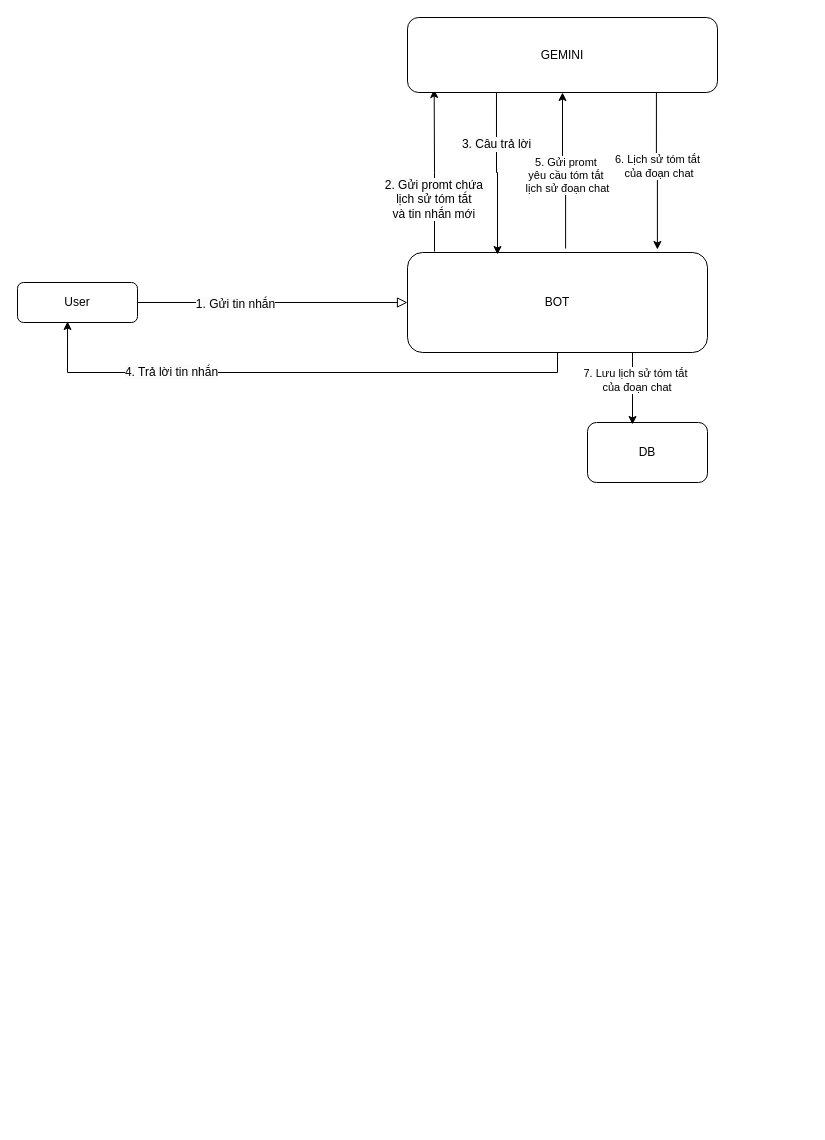
The draw.io diagram page "Page-1" (1 of 2) of Biểu đồ không có tiêu đề.drawio in Graphene101102/nextjs-trello-clone, before the edit. Source tidied: cells renumbered, new cells numbered last; positions are measured from the earlier drawing's top-left corner, leaving out a move shared by most shapes. Both pictures are drawn from the tidied source at 100%, with x=0, y=0 at pixel (17, 17).
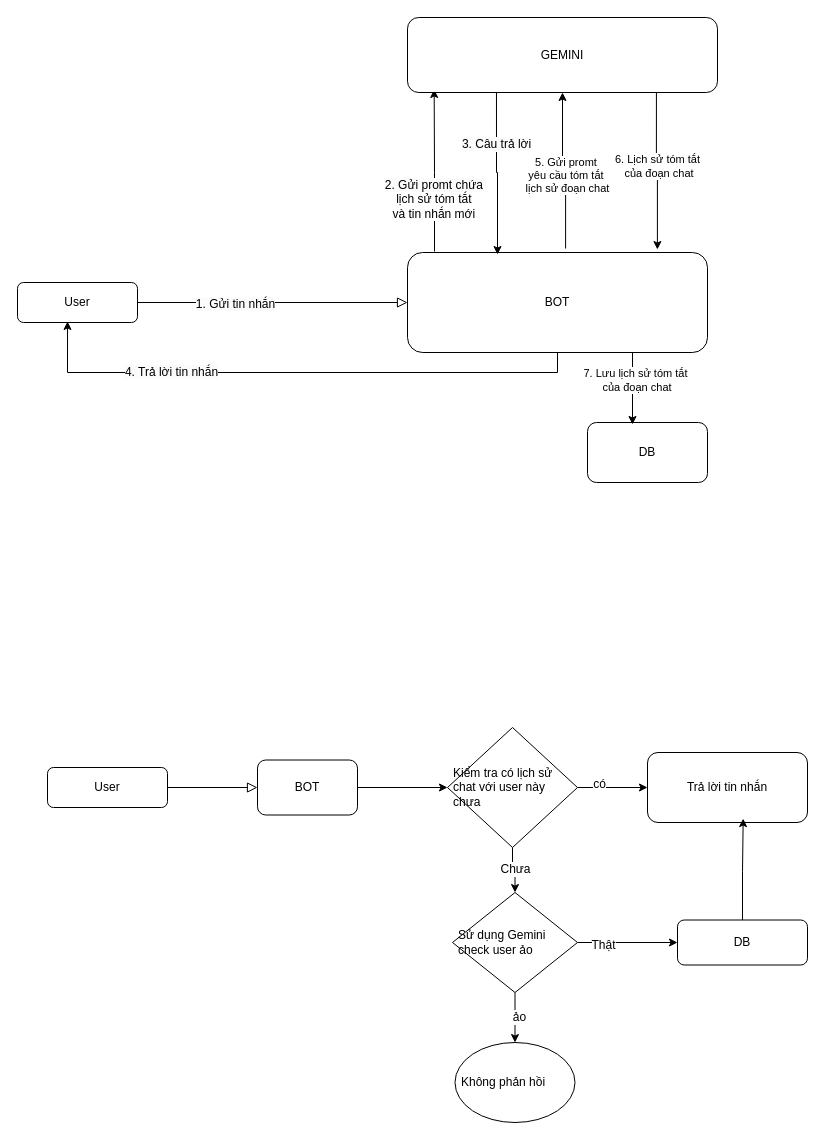
After the change.

Commit message (it also covers changes not shown here):
Cập nhật Biểu đồ không có tiêu đề.drawio

Diff of the diagram source:
```diff
@@
+    <mxCell id="21" style="rounded=0;html=1;jettySize=auto;fontSize=11;endArrow=block;endFill=0;endSize=8;strokeWidth=1;shadow=0;labelBackgroundColor=none;edgeStyle=orthogonalEdgeStyle;" parent="1" edge="1" source="22" target="24">
+      <mxGeometry relative="1" as="geometry" />
+    </mxCell>
+    <mxCell id="22" value="User" style="rounded=1;whiteSpace=wrap;html=1;fontSize=12;glass=0;strokeWidth=1;shadow=0;" parent="1" vertex="1">
+      <mxGeometry x="30" y="750" width="120" height="40" as="geometry" />
+    </mxCell>
+    <mxCell id="23" style="edgeStyle=orthogonalEdgeStyle;rounded=0;jettySize=auto;html=1;exitX=1;exitY=0.5;exitDx=0;exitDy=0;entryX=0;entryY=0.5;entryDx=0;entryDy=0;fontFamily=Helvetica;fontSize=12;fontColor=default;" parent="1" edge="1" source="24" target="31">
+      <mxGeometry relative="1" as="geometry" />
+    </mxCell>
+    <mxCell id="24" value="BOT" style="rounded=1;whiteSpace=wrap;html=1;fontSize=12;glass=0;strokeWidth=1;shadow=0;" parent="1" vertex="1">
+      <mxGeometry x="240" y="742.5" width="100" height="55" as="geometry" />
+    </mxCell>
+    <mxCell id="25" style="edgeStyle=orthogonalEdgeStyle;rounded=0;orthogonalLoop=1;jettySize=auto;html=1;exitX=0.5;exitY=1;exitDx=0;exitDy=0;" parent="1" edge="1">
+      <mxGeometry relative="1" as="geometry">
+        <mxPoint x="495" y="945" as="sourcePoint" />
+        <mxPoint x="495" y="945" as="targetPoint" />
+      </mxGeometry>
+    </mxCell>
+    <mxCell id="26" value="DB" style="rounded=1;whiteSpace=wrap;html=1;" parent="1" vertex="1">
+      <mxGeometry x="660" y="902.5" width="130" height="45" as="geometry" />
+    </mxCell>
+    <mxCell id="27" style="edgeStyle=orthogonalEdgeStyle;rounded=0;jettySize=auto;html=1;exitX=0.5;exitY=1;exitDx=0;exitDy=0;fontFamily=Helvetica;fontSize=12;fontColor=default;" parent="1" edge="1" source="31" target="36">
+      <mxGeometry relative="1" as="geometry" />
+    </mxCell>
+    <mxCell id="28" value="Chưa" style="edgeLabel;html=1;align=center;verticalAlign=middle;spacingLeft=4;spacingRight=4;fontFamily=Helvetica;fontSize=12;fontColor=default;fillColor=none;gradientColor=none;" parent="27" vertex="1">
+      <mxGeometry x="-0.11" y="2" relative="1" as="geometry" />
+    </mxCell>
+    <mxCell id="29" style="edgeStyle=orthogonalEdgeStyle;rounded=0;jettySize=auto;html=1;exitX=1;exitY=0.5;exitDx=0;exitDy=0;entryX=0;entryY=0.5;entryDx=0;entryDy=0;fontFamily=Helvetica;fontSize=12;fontColor=default;" parent="1" edge="1" source="31" target="37">
+      <mxGeometry relative="1" as="geometry" />
+    </mxCell>
+    <mxCell id="30" value="có" style="edgeLabel;html=1;align=center;verticalAlign=middle;spacingLeft=4;spacingRight=4;fontFamily=Helvetica;fontSize=12;fontColor=default;fillColor=none;gradientColor=none;" parent="29" vertex="1">
+      <mxGeometry x="-0.4" y="4" relative="1" as="geometry" />
+    </mxCell>
+    <mxCell id="31" value="Kiểm tra có lịch sử&amp;nbsp;&lt;div&gt;chat với user này chưa&lt;/div&gt;" style="rhombus;whiteSpace=wrap;html=1;align=left;verticalAlign=middle;spacingLeft=4;spacingRight=4;fontFamily=Helvetica;fontSize=12;fontColor=default;fillColor=none;gradientColor=none;" parent="1" vertex="1">
+      <mxGeometry x="430" y="710" width="130" height="120" as="geometry" />
+    </mxCell>
+    <mxCell id="32" style="edgeStyle=orthogonalEdgeStyle;rounded=0;jettySize=auto;html=1;exitX=1;exitY=0.5;exitDx=0;exitDy=0;fontFamily=Helvetica;fontSize=12;fontColor=default;entryX=0;entryY=0.5;entryDx=0;entryDy=0;" parent="1" edge="1" source="36" target="26">
+      <mxGeometry relative="1" as="geometry" />
+    </mxCell>
+    <mxCell id="33" value="Thật" style="edgeLabel;html=1;align=center;verticalAlign=middle;spacingLeft=4;spacingRight=4;fontFamily=Helvetica;fontSize=12;fontColor=default;fillColor=none;gradientColor=none;" parent="32" vertex="1">
+      <mxGeometry x="-0.51" y="-2" relative="1" as="geometry" />
+    </mxCell>
+    <mxCell id="34" style="edgeStyle=orthogonalEdgeStyle;rounded=0;jettySize=auto;html=1;fontFamily=Helvetica;fontSize=12;fontColor=default;" parent="1" edge="1" source="36" target="39">
+      <mxGeometry relative="1" as="geometry" />
+    </mxCell>
+    <mxCell id="35" value="ảo" style="edgeLabel;html=1;align=center;verticalAlign=middle;spacingLeft=4;spacingRight=4;fontFamily=Helvetica;fontSize=12;fontColor=default;fillColor=none;gradientColor=none;" parent="34" vertex="1">
+      <mxGeometry x="-0.05" y="4" relative="1" as="geometry" />
+    </mxCell>
+    <mxCell id="36" value="Sử dụng Gemini check user ảo" style="rhombus;whiteSpace=wrap;html=1;align=left;verticalAlign=middle;spacingLeft=4;spacingRight=4;fontFamily=Helvetica;fontSize=12;fontColor=default;fillColor=none;gradientColor=none;" parent="1" vertex="1">
+      <mxGeometry x="435" y="875" width="125" height="100" as="geometry" />
+    </mxCell>
+    <mxCell id="37" value="Trả lời tin nhắn" style="rounded=1;whiteSpace=wrap;html=1;" parent="1" vertex="1">
+      <mxGeometry x="630" y="735" width="160" height="70" as="geometry" />
+    </mxCell>
+    <mxCell id="38" style="edgeStyle=orthogonalEdgeStyle;rounded=0;jettySize=auto;html=1;exitX=0.5;exitY=0;exitDx=0;exitDy=0;entryX=0.598;entryY=0.944;entryDx=0;entryDy=0;entryPerimeter=0;fontFamily=Helvetica;fontSize=12;fontColor=default;" parent="1" edge="1" source="26" target="37">
+      <mxGeometry relative="1" as="geometry" />
+    </mxCell>
+    <mxCell id="39" value="Không phản hồi" style="ellipse;whiteSpace=wrap;html=1;align=left;verticalAlign=middle;spacingLeft=4;spacingRight=4;fontFamily=Helvetica;fontSize=12;fontColor=default;fillColor=none;gradientColor=none;" parent="1" vertex="1">
+      <mxGeometry x="437.5" y="1025" width="120" height="80" as="geometry" />
+    </mxCell>
```
